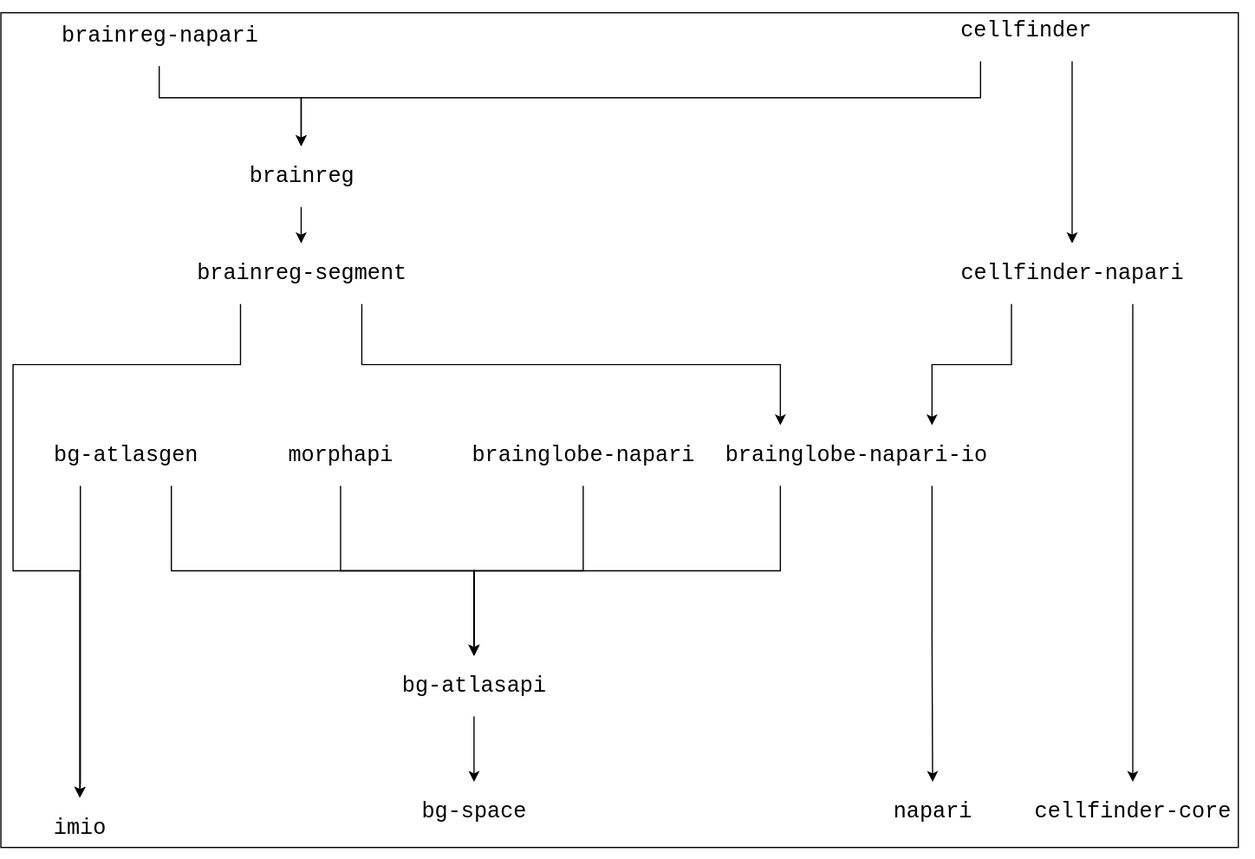
This is docs/assets/BrainGlobe-dependencies.svg from brainglobe/brainglobe-meta, a draw.io export, as it was before one commit. Source tidied: cells renumbered, new cells last; positions are measured from the earlier drawing's top-left corner, leaving out a move shared by most shapes.
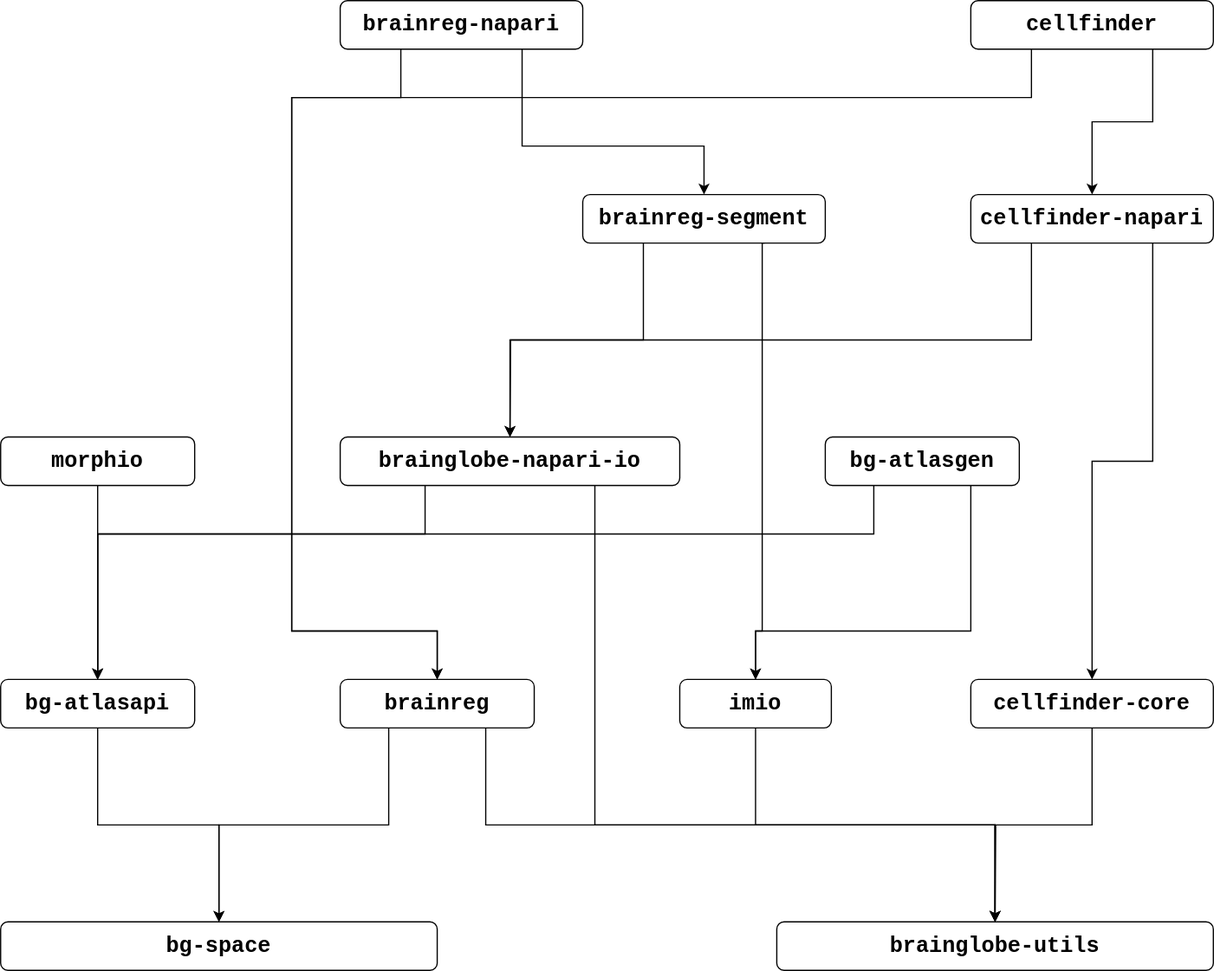
After the commit.

Commit message:
Update dependency graph

Change to the diagram source:
```diff
@@ -1,126 +1,148 @@
-<mxGraphModel>
+<mxGraphModel background="#FFFFFF">
   <root>
     <mxCell id="0" />
     <mxCell id="1" parent="0" />
-    <mxCell id="2" style="rounded=0;whiteSpace=wrap;html=1;" parent="1" vertex="1">
-      <mxGeometry y="10" width="1020" height="688" as="geometry" />
-    </mxCell>
-    <mxCell id="3" value="napari" style="text;html=1;strokeColor=none;fillColor=none;align=center;verticalAlign=middle;rounded=0;fontFamily=Courier New;labelBackgroundColor=#FFFFFF;fontColor=#000000;labelBorderColor=none;fontSize=18;" parent="1" vertex="1">
-      <mxGeometry x="718" y="644" width="100" height="50" as="geometry" />
-    </mxCell>
-    <mxCell id="4" value="bg-space" style="text;html=1;strokeColor=none;fillColor=none;align=center;verticalAlign=middle;rounded=0;fontFamily=Courier New;labelBackgroundColor=#FFFFFF;fontColor=#000000;labelBorderColor=none;fontSize=18;" parent="1" vertex="1">
-      <mxGeometry x="340" y="644" width="100" height="50" as="geometry" />
+    <mxCell id="4" value="&lt;font style=&quot;font-size: 18px;&quot; face=&quot;Courier New&quot;&gt;&lt;b&gt;bg-space&lt;/b&gt;&lt;/font&gt;" style="rounded=1;whiteSpace=wrap;html=1;" parent="1" vertex="1">
+      <mxGeometry x="50" y="1440" width="360" height="40" as="geometry" />
     </mxCell>
-    <mxCell id="5" value="cellfinder-core" style="text;html=1;strokeColor=none;fillColor=none;align=center;verticalAlign=middle;rounded=0;fontFamily=Courier New;labelBackgroundColor=#FFFFFF;fontColor=#000000;labelBorderColor=none;fontSize=18;" parent="1" vertex="1">
-      <mxGeometry x="833" y="644" width="200" height="50" as="geometry" />
-    </mxCell>
-    <mxCell id="6" value="imio" style="text;html=1;strokeColor=none;fillColor=none;align=center;verticalAlign=middle;rounded=0;fontFamily=Courier New;labelBackgroundColor=#FFFFFF;fontColor=#000000;labelBorderColor=none;fontSize=18;" parent="1" vertex="1">
-      <mxGeometry x="15" y="657" width="100" height="50" as="geometry" />
-    </mxCell>
+    <mxCell id="32" value="&lt;font size=&quot;1&quot; face=&quot;Courier New&quot;&gt;&lt;b style=&quot;font-size: 18px;&quot;&gt;brainglobe-utils&lt;/b&gt;&lt;/font&gt;" style="rounded=1;whiteSpace=wrap;html=1;" parent="1" vertex="1">
+      <mxGeometry x="690" y="1440" width="360" height="40" as="geometry" />
+    </mxCell>
-    <mxCell id="7" style="edgeStyle=orthogonalEdgeStyle;rounded=0;jettySize=auto;html=1;" parent="1" edge="1" source="8" target="4">
+    <mxCell id="7" style="edgeStyle=orthogonalEdgeStyle;rounded=0;jettySize=auto;html=1;entryX=0.5;entryY=0;entryDx=0;entryDy=0;" parent="1" edge="1" source="8" target="4">
       <mxGeometry relative="1" as="geometry" />
     </mxCell>
-    <mxCell id="8" value="bg-atlasapi" style="text;html=1;strokeColor=none;fillColor=none;align=center;verticalAlign=middle;rounded=0;fontFamily=Courier New;labelBackgroundColor=#FFFFFF;fontColor=#000000;labelBorderColor=none;fontSize=18;" parent="1" vertex="1">
-      <mxGeometry x="315" y="540" width="150" height="50" as="geometry" />
+    <mxCell id="8" value="&lt;font style=&quot;font-size: 18px;&quot;&gt;&lt;span style=&quot;font-size: 18px;&quot;&gt;bg-atlasapi&lt;/span&gt;&lt;/font&gt;" style="rounded=1;whiteSpace=wrap;html=1;fontFamily=Courier New;fontSize=18;fontStyle=1;" parent="1" vertex="1">
+      <mxGeometry x="50" y="1240" width="160" height="40" as="geometry" />
     </mxCell>
+    <mxCell id="33" style="edgeStyle=orthogonalEdgeStyle;rounded=0;jettySize=auto;html=1;entryX=0.5;entryY=0;entryDx=0;entryDy=0;" parent="1" edge="1" source="6" target="32">
+      <mxGeometry relative="1" as="geometry" />
+    </mxCell>
+    <mxCell id="6" value="&lt;font style=&quot;font-size: 18px;&quot;&gt;&lt;span style=&quot;font-size: 18px;&quot;&gt;imio&lt;/span&gt;&lt;/font&gt;" style="rounded=1;whiteSpace=wrap;html=1;fontFamily=Courier New;fontSize=18;fontStyle=1;" parent="1" vertex="1">
+      <mxGeometry x="610" y="1240" width="125" height="40" as="geometry" />
+    </mxCell>
+    <mxCell id="34" style="edgeStyle=orthogonalEdgeStyle;rounded=0;jettySize=auto;html=1;" parent="1" edge="1" source="5">
+      <mxGeometry relative="1" as="geometry">
+        <mxPoint x="870" y="1440" as="targetPoint" />
+      </mxGeometry>
+    </mxCell>
+    <mxCell id="5" value="&lt;font style=&quot;font-size: 18px;&quot;&gt;&lt;span style=&quot;font-size: 18px;&quot;&gt;cellfinder-core&lt;/span&gt;&lt;/font&gt;" style="rounded=1;whiteSpace=wrap;html=1;fontFamily=Courier New;fontSize=18;fontStyle=1;" parent="1" vertex="1">
+      <mxGeometry x="850" y="1240" width="200" height="40" as="geometry" />
+    </mxCell>
+    <mxCell id="35" style="edgeStyle=orthogonalEdgeStyle;rounded=0;jettySize=auto;html=1;entryX=0.5;entryY=0;entryDx=0;entryDy=0;exitX=0.25;exitY=1;exitDx=0;exitDy=0;" parent="1" edge="1" source="26" target="4">
+      <mxGeometry relative="1" as="geometry" />
+    </mxCell>
+    <mxCell id="36" style="edgeStyle=orthogonalEdgeStyle;rounded=0;jettySize=auto;html=1;exitX=0.75;exitY=1;exitDx=0;exitDy=0;entryX=0.5;entryY=0;entryDx=0;entryDy=0;" parent="1" edge="1" source="26" target="32">
+      <mxGeometry relative="1" as="geometry" />
+    </mxCell>
+    <mxCell id="26" value="&lt;font style=&quot;font-size: 18px;&quot;&gt;&lt;span style=&quot;font-size: 18px;&quot;&gt;brainreg&lt;/span&gt;&lt;/font&gt;" style="rounded=1;whiteSpace=wrap;html=1;fontFamily=Courier New;fontSize=18;fontStyle=1;" parent="1" vertex="1">
+      <mxGeometry x="330" y="1240" width="160" height="40" as="geometry" />
+    </mxCell>
+    <mxCell id="37" style="edgeStyle=orthogonalEdgeStyle;rounded=0;jettySize=auto;html=1;fontFamily=Courier New;fontSize=18;fontStyle=1;" parent="1" edge="1" source="38" target="8">
+      <mxGeometry relative="1" as="geometry" />
+    </mxCell>
+    <mxCell id="38" value="&lt;font style=&quot;font-size: 18px;&quot;&gt;&lt;span style=&quot;font-size: 18px;&quot;&gt;morphio&lt;/span&gt;&lt;/font&gt;" style="rounded=1;whiteSpace=wrap;html=1;fontSize=18;fontStyle=1;fontFamily=Courier New;" parent="1" vertex="1">
+      <mxGeometry x="50" y="1040" width="160" height="40" as="geometry" />
+    </mxCell>
-    <mxCell id="9" style="edgeStyle=orthogonalEdgeStyle;rounded=0;jettySize=auto;html=1;exitX=0.75;exitY=1;exitDx=0;exitDy=0;" parent="1" edge="1" source="11" target="8">
-      <mxGeometry relative="1" as="geometry" />
+    <mxCell id="9" style="edgeStyle=orthogonalEdgeStyle;rounded=0;jettySize=auto;html=1;exitX=0.25;exitY=1;exitDx=0;exitDy=0;entryX=0.5;entryY=0;entryDx=0;entryDy=0;fontFamily=Courier New;fontSize=18;fontStyle=1;" parent="1" edge="1" source="11" target="8">
+      <mxGeometry relative="1" as="geometry">
+        <Array as="points">
+          <mxPoint x="770" y="1120" />
+          <mxPoint x="130" y="1120" />
+        </Array>
+      </mxGeometry>
     </mxCell>
-    <mxCell id="10" style="edgeStyle=orthogonalEdgeStyle;rounded=0;jettySize=auto;html=1;exitX=0.25;exitY=1;exitDx=0;exitDy=0;entryX=0.5;entryY=0;entryDx=0;entryDy=0;" parent="1" edge="1" source="11" target="6">
+    <mxCell id="10" style="edgeStyle=orthogonalEdgeStyle;rounded=0;jettySize=auto;html=1;exitX=0.75;exitY=1;exitDx=0;exitDy=0;entryX=0.5;entryY=0;entryDx=0;entryDy=0;fontFamily=Courier New;fontSize=18;fontStyle=1;" parent="1" edge="1" source="11" target="6">
       <mxGeometry relative="1" as="geometry">
         <Array as="points">
-          <mxPoint x="66" y="644" />
+          <mxPoint x="850" y="1200" />
+          <mxPoint x="673" y="1200" />
         </Array>
       </mxGeometry>
     </mxCell>
-    <mxCell id="11" value="bg-atlasgen" style="text;html=1;strokeColor=none;fillColor=none;align=center;verticalAlign=middle;rounded=0;fontFamily=Courier New;labelBackgroundColor=#FFFFFF;fontColor=#000000;labelBorderColor=none;fontSize=18;" parent="1" vertex="1">
-      <mxGeometry x="28" y="350" width="150" height="50" as="geometry" />
+    <mxCell id="11" value="&lt;font style=&quot;font-size: 18px;&quot;&gt;bg-atlasgen&lt;/font&gt;" style="rounded=1;whiteSpace=wrap;html=1;fontSize=18;fontStyle=1;fontFamily=Courier New;" parent="1" vertex="1">
+      <mxGeometry x="730" y="1040" width="160" height="40" as="geometry" />
     </mxCell>
-    <mxCell id="12" style="edgeStyle=orthogonalEdgeStyle;rounded=0;jettySize=auto;html=1;exitX=0.75;exitY=1;exitDx=0;exitDy=0;entryX=0.5;entryY=0;entryDx=0;entryDy=0;" parent="1" edge="1" source="14" target="3">
-      <mxGeometry relative="1" as="geometry" />
-    </mxCell>
+    <mxCell id="39" style="edgeStyle=orthogonalEdgeStyle;rounded=0;jettySize=auto;html=1;exitX=0.75;exitY=1;exitDx=0;exitDy=0;" parent="1" edge="1" source="14">
+      <mxGeometry relative="1" as="geometry">
+        <mxPoint x="870" y="1440" as="targetPoint" />
+        <Array as="points">
+          <mxPoint x="840" y="1360" />
+          <mxPoint x="871" y="1360" />
+        </Array>
+      </mxGeometry>
+    </mxCell>
-    <mxCell id="13" style="edgeStyle=orthogonalEdgeStyle;rounded=0;jettySize=auto;html=1;exitX=0.25;exitY=1;exitDx=0;exitDy=0;entryX=0.5;entryY=0;entryDx=0;entryDy=0;" parent="1" edge="1" source="14" target="8">
-      <mxGeometry relative="1" as="geometry" />
+    <mxCell id="13" style="edgeStyle=orthogonalEdgeStyle;rounded=0;jettySize=auto;html=1;exitX=0.25;exitY=1;exitDx=0;exitDy=0;entryX=0.5;entryY=0;entryDx=0;entryDy=0;fontFamily=Courier New;fontSize=18;fontStyle=1;" parent="1" edge="1" source="14" target="8">
+      <mxGeometry relative="1" as="geometry">
+        <Array as="points">
+          <mxPoint x="400" y="1120" />
+          <mxPoint x="130" y="1120" />
+        </Array>
+      </mxGeometry>
     </mxCell>
-    <mxCell id="14" value="&lt;div&gt;brainglobe-napari-io&lt;/div&gt;" style="text;html=1;strokeColor=none;fillColor=none;align=center;verticalAlign=middle;rounded=0;fontFamily=Courier New;labelBackgroundColor=#FFFFFF;fontColor=#000000;labelBorderColor=none;fontSize=18;" parent="1" vertex="1">
-      <mxGeometry x="580" y="350" width="250" height="50" as="geometry" />
+    <mxCell id="14" value="&lt;font style=&quot;font-size: 18px;&quot;&gt;brainglobe-napari-io&lt;/font&gt;" style="rounded=1;whiteSpace=wrap;html=1;fontSize=18;fontStyle=1;fontFamily=Courier New;" parent="1" vertex="1">
+      <mxGeometry x="330" y="1040" width="280" height="40" as="geometry" />
     </mxCell>
-    <mxCell id="15" style="edgeStyle=orthogonalEdgeStyle;rounded=0;jettySize=auto;html=1;exitX=0.5;exitY=1;exitDx=0;exitDy=0;entryX=0.5;entryY=0;entryDx=0;entryDy=0;" parent="1" edge="1" source="16" target="8">
-      <mxGeometry relative="1" as="geometry" />
-    </mxCell>
-    <mxCell id="16" value="morphapi" style="text;html=1;strokeColor=none;fillColor=none;align=center;verticalAlign=middle;rounded=0;fontFamily=Courier New;labelBackgroundColor=#FFFFFF;fontColor=#000000;labelBorderColor=none;fontSize=18;" parent="1" vertex="1">
-      <mxGeometry x="230" y="350" width="100" height="50" as="geometry" />
-    </mxCell>
-    <mxCell id="17" style="edgeStyle=orthogonalEdgeStyle;rounded=0;jettySize=auto;html=1;entryX=0.5;entryY=0;entryDx=0;entryDy=0;" parent="1" edge="1" source="18" target="8">
-      <mxGeometry relative="1" as="geometry" />
-    </mxCell>
-    <mxCell id="18" value="brainglobe-napari" style="text;html=1;strokeColor=none;fillColor=none;align=center;verticalAlign=middle;rounded=0;fontFamily=Courier New;labelBackgroundColor=#FFFFFF;fontColor=#000000;labelBorderColor=none;fontSize=18;" parent="1" vertex="1">
-      <mxGeometry x="380" y="350" width="200" height="50" as="geometry" />
-    </mxCell>
-    <mxCell id="19" style="edgeStyle=orthogonalEdgeStyle;rounded=0;jettySize=auto;html=1;exitX=0.75;exitY=1;exitDx=0;exitDy=0;entryX=0.25;entryY=0;entryDx=0;entryDy=0;" parent="1" edge="1" source="21" target="14">
-      <mxGeometry relative="1" as="geometry" />
-    </mxCell>
+    <mxCell id="40" style="edgeStyle=orthogonalEdgeStyle;rounded=0;jettySize=auto;html=1;exitX=0.25;exitY=1;exitDx=0;exitDy=0;" parent="1" edge="1" source="21">
+      <mxGeometry relative="1" as="geometry">
+        <mxPoint x="470" y="1040" as="targetPoint" />
+      </mxGeometry>
+    </mxCell>
-    <mxCell id="20" style="edgeStyle=orthogonalEdgeStyle;rounded=0;jettySize=auto;html=1;exitX=0.25;exitY=1;exitDx=0;exitDy=0;entryX=0.5;entryY=0;entryDx=0;entryDy=0;" parent="1" edge="1" source="21" target="6">
+    <mxCell id="20" style="edgeStyle=orthogonalEdgeStyle;rounded=0;jettySize=auto;html=1;exitX=0.75;exitY=1;exitDx=0;exitDy=0;entryX=0.5;entryY=0;entryDx=0;entryDy=0;" parent="1" edge="1" source="21" target="6">
       <mxGeometry relative="1" as="geometry">
         <Array as="points">
-          <mxPoint x="198" y="300" />
-          <mxPoint x="10" y="300" />
-          <mxPoint x="10" y="470" />
-          <mxPoint x="65" y="470" />
+          <mxPoint x="678" y="1200" />
+          <mxPoint x="673" y="1200" />
         </Array>
       </mxGeometry>
     </mxCell>
-    <mxCell id="21" value="brainreg-segment" style="text;html=1;strokeColor=none;fillColor=none;align=center;verticalAlign=middle;rounded=0;fontFamily=Courier New;labelBackgroundColor=#FFFFFF;fontColor=#000000;labelBorderColor=none;fontSize=18;" parent="1" vertex="1">
-      <mxGeometry x="147.5" y="200" width="200" height="50" as="geometry" />
+    <mxCell id="21" value="&lt;font face=&quot;Courier New&quot;&gt;brainreg-segment&lt;/font&gt;" style="rounded=1;whiteSpace=wrap;html=1;fontSize=18;fontStyle=1;" parent="1" vertex="1">
+      <mxGeometry x="530" y="840" width="200" height="40" as="geometry" />
     </mxCell>
-    <mxCell id="22" style="edgeStyle=orthogonalEdgeStyle;rounded=0;jettySize=auto;html=1;exitX=0.75;exitY=1;exitDx=0;exitDy=0;entryX=0.5;entryY=0;entryDx=0;entryDy=0;" parent="1" edge="1" source="24" target="5">
+    <mxCell id="22" style="edgeStyle=orthogonalEdgeStyle;rounded=0;jettySize=auto;html=1;exitX=0.75;exitY=1;exitDx=0;exitDy=0;" parent="1" edge="1" source="24" target="5">
       <mxGeometry relative="1" as="geometry" />
     </mxCell>
-    <mxCell id="23" style="edgeStyle=orthogonalEdgeStyle;rounded=0;jettySize=auto;html=1;exitX=0.25;exitY=1;exitDx=0;exitDy=0;entryX=0.75;entryY=0;entryDx=0;entryDy=0;" parent="1" edge="1" source="24" target="14">
-      <mxGeometry relative="1" as="geometry">
-        <Array as="points">
-          <mxPoint x="833" y="300" />
-          <mxPoint x="768" y="300" />
-        </Array>
-      </mxGeometry>
+    <mxCell id="23" style="edgeStyle=orthogonalEdgeStyle;rounded=0;jettySize=auto;html=1;exitX=0.25;exitY=1;exitDx=0;exitDy=0;entryX=0.5;entryY=0;entryDx=0;entryDy=0;" parent="1" edge="1" source="24" target="14">
+      <mxGeometry relative="1" as="geometry" />
     </mxCell>
-    <mxCell id="24" value="cellfinder-napari" style="text;html=1;strokeColor=none;fillColor=none;align=center;verticalAlign=middle;rounded=0;fontFamily=Courier New;labelBackgroundColor=#FFFFFF;fontColor=#000000;labelBorderColor=none;fontSize=18;" parent="1" vertex="1">
-      <mxGeometry x="783" y="200" width="200" height="50" as="geometry" />
+    <mxCell id="24" value="&lt;font face=&quot;Courier New&quot;&gt;cellfinder-napari&lt;/font&gt;" style="rounded=1;whiteSpace=wrap;html=1;fontSize=18;fontStyle=1;" parent="1" vertex="1">
+      <mxGeometry x="850" y="840" width="200" height="40" as="geometry" />
     </mxCell>
-    <mxCell id="25" style="edgeStyle=orthogonalEdgeStyle;rounded=0;jettySize=auto;html=1;exitX=0.5;exitY=1;exitDx=0;exitDy=0;" parent="1" edge="1" source="26" target="21">
-      <mxGeometry relative="1" as="geometry" />
-    </mxCell>
-    <mxCell id="26" value="brainreg" style="text;html=1;strokeColor=none;fillColor=none;align=center;verticalAlign=middle;rounded=0;fontFamily=Courier New;labelBackgroundColor=#FFFFFF;fontColor=#000000;labelBorderColor=none;fontSize=18;" parent="1" vertex="1">
-      <mxGeometry x="200" y="120" width="95" height="50" as="geometry" />
-    </mxCell>
+    <mxCell id="30" style="edgeStyle=orthogonalEdgeStyle;rounded=0;jettySize=auto;html=1;exitX=0.75;exitY=1;exitDx=0;exitDy=0;entryX=0.5;entryY=0;entryDx=0;entryDy=0;" parent="1" edge="1" source="31" target="24">
+      <mxGeometry relative="1" as="geometry" />
+    </mxCell>
+    <mxCell id="29" style="edgeStyle=orthogonalEdgeStyle;rounded=0;jettySize=auto;html=1;exitX=0.25;exitY=1;exitDx=0;exitDy=0;entryX=0.5;entryY=0;entryDx=0;entryDy=0;" parent="1" edge="1" source="31" target="26">
+      <mxGeometry relative="1" as="geometry">
+        <Array as="points">
+          <mxPoint x="900" y="760" />
+          <mxPoint x="290" y="760" />
+          <mxPoint x="290" y="1200" />
+          <mxPoint x="410" y="1200" />
+        </Array>
+      </mxGeometry>
+    </mxCell>
+    <mxCell id="31" value="&lt;font face=&quot;Courier New&quot;&gt;cellfinder&lt;/font&gt;" style="rounded=1;whiteSpace=wrap;html=1;fontSize=18;fontStyle=1;" parent="1" vertex="1">
+      <mxGeometry x="850" y="680" width="200" height="40" as="geometry" />
+    </mxCell>
-    <mxCell id="27" style="edgeStyle=orthogonalEdgeStyle;rounded=0;jettySize=auto;html=1;entryX=0.5;entryY=0;entryDx=0;entryDy=0;" parent="1" edge="1" source="28" target="26">
+    <mxCell id="27" style="edgeStyle=orthogonalEdgeStyle;rounded=0;jettySize=auto;html=1;exitX=0.25;exitY=1;exitDx=0;exitDy=0;entryX=0.5;entryY=0;entryDx=0;entryDy=0;" parent="1" edge="1" source="28" target="26">
       <mxGeometry relative="1" as="geometry">
         <Array as="points">
-          <mxPoint x="131" y="80" />
-          <mxPoint x="248" y="80" />
+          <mxPoint x="380" y="760" />
+          <mxPoint x="290" y="760" />
+          <mxPoint x="290" y="1200" />
+          <mxPoint x="410" y="1200" />
         </Array>
       </mxGeometry>
     </mxCell>
+    <mxCell id="41" style="edgeStyle=orthogonalEdgeStyle;rounded=0;jettySize=auto;html=1;exitX=0.75;exitY=1;exitDx=0;exitDy=0;entryX=0.5;entryY=0;entryDx=0;entryDy=0;" parent="1" edge="1" source="28" target="21">
+      <mxGeometry relative="1" as="geometry">
+        <Array as="points">
+          <mxPoint x="480" y="800" />
+          <mxPoint x="630" y="800" />
+        </Array>
+      </mxGeometry>
+    </mxCell>
-    <mxCell id="28" value="brainreg-napari" style="text;html=1;strokeColor=none;fillColor=none;align=center;verticalAlign=middle;rounded=0;fontFamily=Courier New;labelBackgroundColor=#FFFFFF;fontColor=#000000;labelBorderColor=none;fontSize=18;" parent="1" vertex="1">
-      <mxGeometry x="28" y="4" width="205" height="50" as="geometry" />
+    <mxCell id="28" value="&lt;font face=&quot;Courier New&quot;&gt;brainreg-napari&lt;/font&gt;" style="rounded=1;whiteSpace=wrap;html=1;fontSize=18;fontStyle=1;" parent="1" vertex="1">
+      <mxGeometry x="330" y="680" width="200" height="40" as="geometry" />
     </mxCell>
-    <mxCell id="29" style="edgeStyle=orthogonalEdgeStyle;rounded=0;jettySize=auto;html=1;exitX=0.25;exitY=1;exitDx=0;exitDy=0;entryX=0.5;entryY=0;entryDx=0;entryDy=0;" parent="1" edge="1" source="31" target="26">
-      <mxGeometry relative="1" as="geometry">
-        <Array as="points">
-          <mxPoint x="808" y="80" />
-          <mxPoint x="248" y="80" />
-        </Array>
-      </mxGeometry>
-    </mxCell>
-    <mxCell id="30" style="edgeStyle=orthogonalEdgeStyle;rounded=0;jettySize=auto;html=1;exitX=0.75;exitY=1;exitDx=0;exitDy=0;entryX=0.5;entryY=0;entryDx=0;entryDy=0;" parent="1" edge="1" source="31" target="24">
-      <mxGeometry relative="1" as="geometry">
-        <Array as="points">
-          <mxPoint x="883" y="200" />
-        </Array>
-      </mxGeometry>
-    </mxCell>
-    <mxCell id="31" value="cellfinder" style="text;html=1;strokeColor=none;fillColor=none;align=center;verticalAlign=middle;rounded=0;fontFamily=Courier New;labelBackgroundColor=#FFFFFF;fontColor=#000000;labelBorderColor=none;fontSize=18;" parent="1" vertex="1">
-      <mxGeometry x="770" width="150" height="50" as="geometry" />
-    </mxCell>
   </root>
 </mxGraphModel>
```
